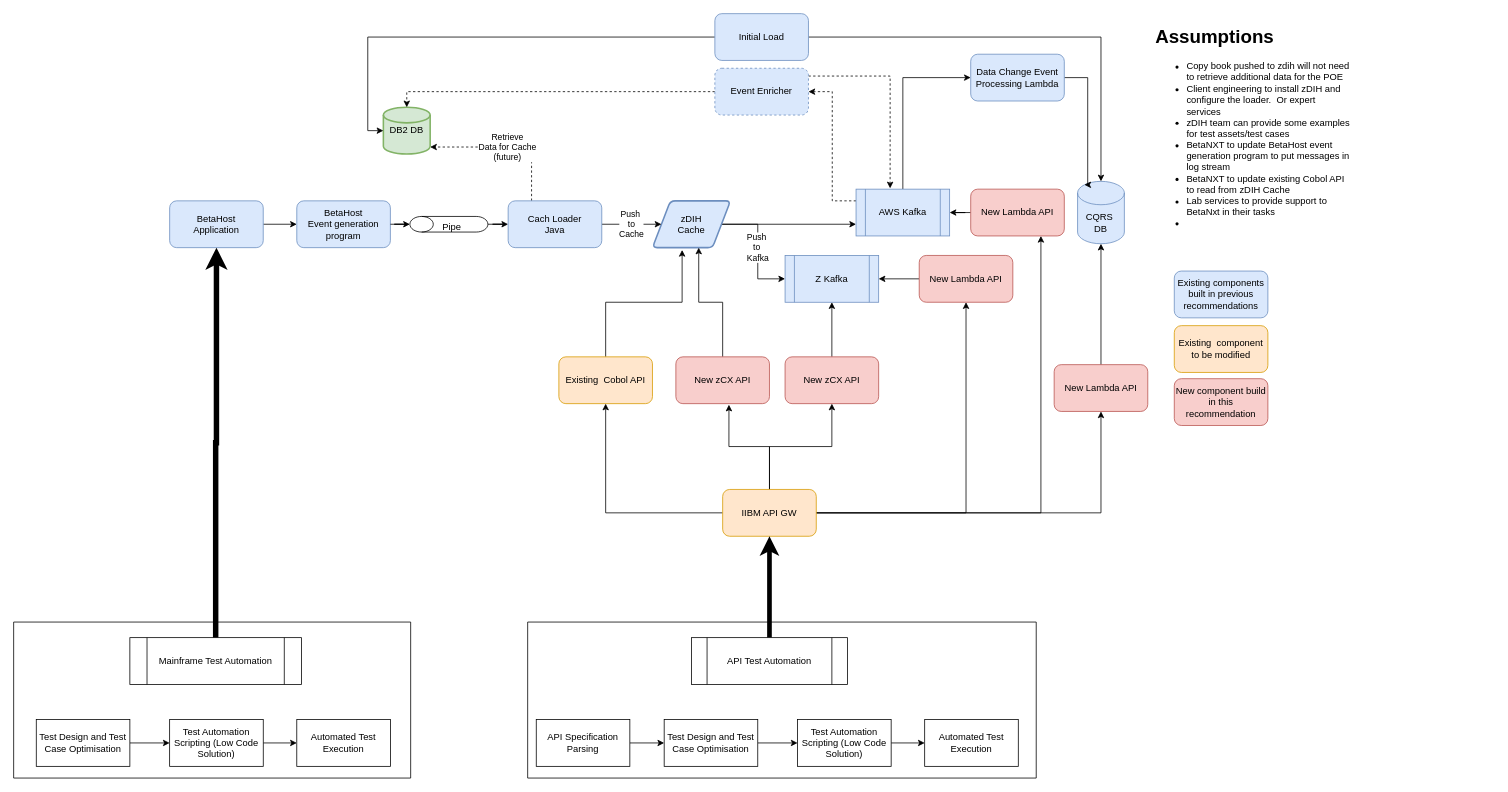
ilanjaya/TestCOE keeps this draw.io diagram as BetaNXT Test Automation.drawio. Above is the earlier version. Source tidied: cells renumbered, new cells numbered last; positions are measured from the earlier drawing's top-left corner, leaving out a move shared by most shapes. Both pictures are drawn from the tidied source at 78%, with x=0, y=0 at pixel (13, 13).
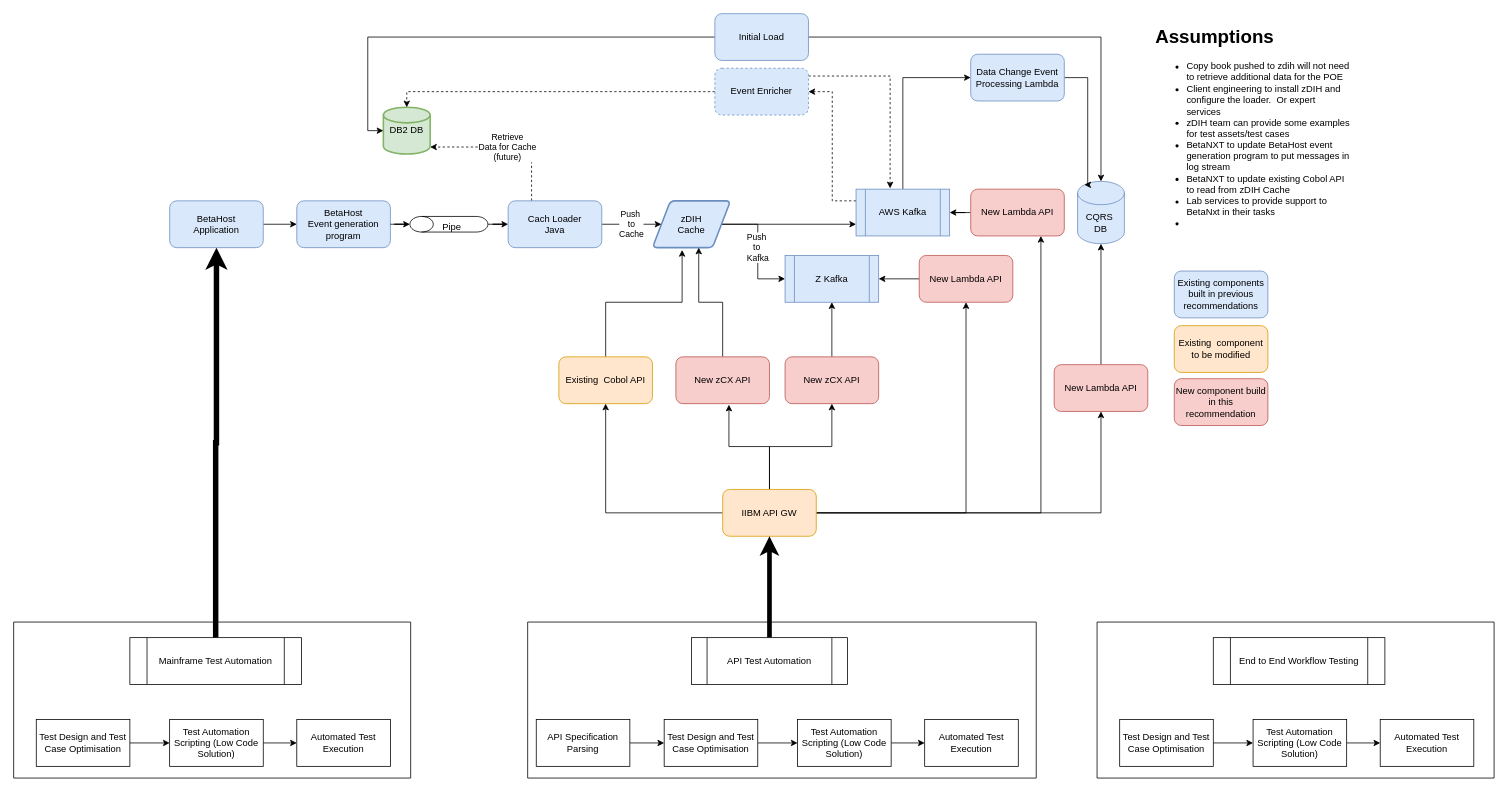
The same diagram, later.

What changed in the source:
```diff
@@
+    <mxCell id="70" value="End to End Workflow Testing" style="shape=process;whiteSpace=wrap;html=1;backgroundOutline=1;" parent="1" vertex="1">
+      <mxGeometry x="1538" y="800" width="220" height="60" as="geometry" />
+    </mxCell>
+    <mxCell id="71" style="edgeStyle=orthogonalEdgeStyle;rounded=0;jettySize=auto;html=1;exitX=1;exitY=0.5;exitDx=0;exitDy=0;entryX=0;entryY=0.5;entryDx=0;entryDy=0;" parent="1" edge="1" source="72" target="74">
+      <mxGeometry relative="1" as="geometry" />
+    </mxCell>
+    <mxCell id="72" value="Test Design and Test Case Optimisation" style="rounded=0;whiteSpace=wrap;html=1;" parent="1" vertex="1">
+      <mxGeometry x="1418" y="905" width="120" height="60" as="geometry" />
+    </mxCell>
+    <mxCell id="73" style="edgeStyle=orthogonalEdgeStyle;rounded=0;jettySize=auto;html=1;exitX=1;exitY=0.5;exitDx=0;exitDy=0;entryX=0;entryY=0.5;entryDx=0;entryDy=0;" parent="1" edge="1" source="74" target="75">
+      <mxGeometry relative="1" as="geometry" />
+    </mxCell>
+    <mxCell id="74" value="Test Automation Scripting (Low Code Solution)" style="rounded=0;whiteSpace=wrap;html=1;" parent="1" vertex="1">
+      <mxGeometry x="1589" y="905" width="120" height="60" as="geometry" />
+    </mxCell>
+    <mxCell id="75" value="Automated Test Execution" style="rounded=0;whiteSpace=wrap;html=1;" parent="1" vertex="1">
+      <mxGeometry x="1752" y="905" width="120" height="60" as="geometry" />
+    </mxCell>
+    <mxCell id="76" style="swimlane;startSize=0;" parent="1" vertex="1">
+      <mxGeometry x="1389" y="780" width="509" height="200" as="geometry" />
+    </mxCell>
```
